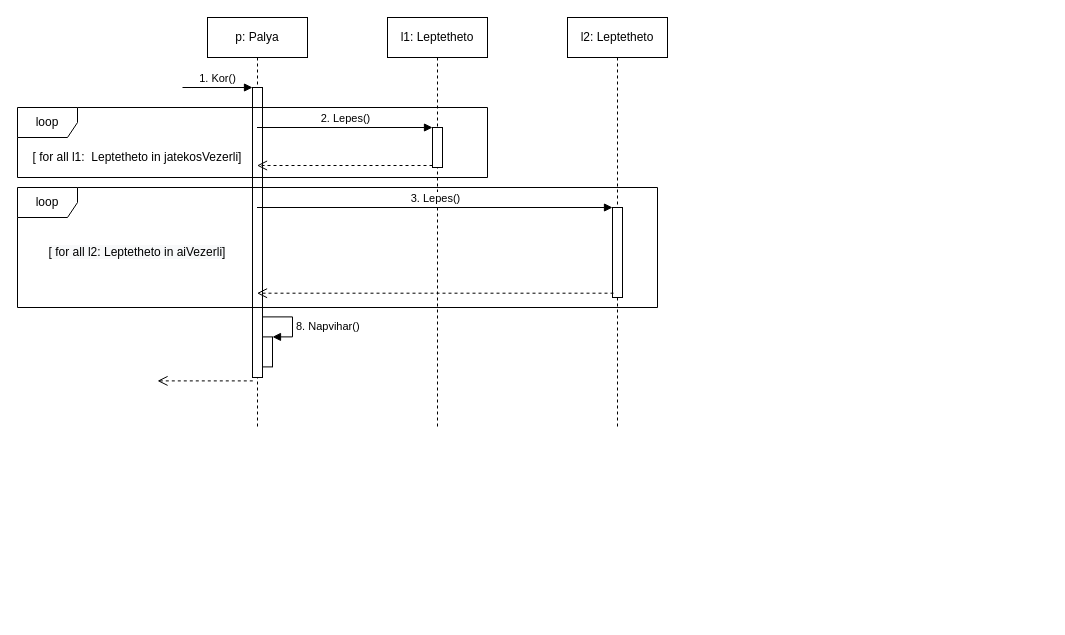
Before: doc/uml/kor.drawio in torpeBoiGo/aszteroidabanyaszat, a draw.io diagram. Source tidied: cells renumbered, new cells numbered last; positions are measured from the earlier drawing's top-left corner, leaving out a move shared by most shapes. Both pictures are drawn from the tidied source at 100%, with x=0, y=0 at pixel (17, 17).
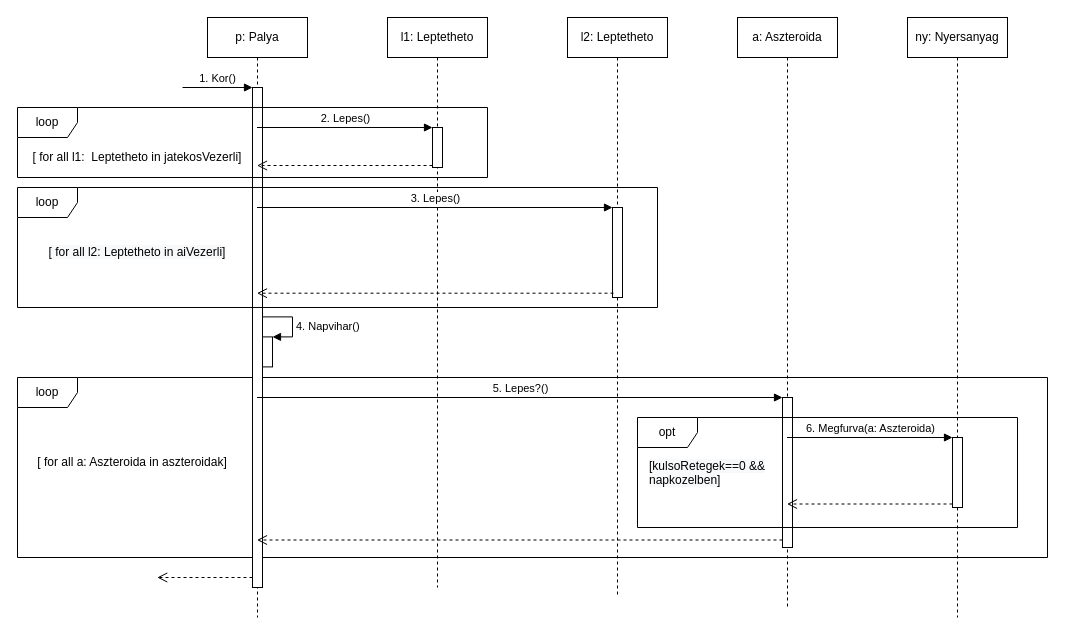
The same diagram, later.

Commit message:
Update kor.drawio: megfurva megivasa ha kell

The change refers to these unchanged cells:
```xml
<mxCell id="6" style="html=1;points=[];perimeter=orthogonalPerimeter;" parent="2" vertex="1">
  <mxGeometry x="55" y="319.4" width="10" height="30" as="geometry" />
</mxCell>
```

What changed in the source:
```diff
@@
+    <mxCell id="20" value="loop" style="shape=umlFrame;whiteSpace=wrap;html=1;" parent="1" vertex="1">
+      <mxGeometry y="360" width="1030" height="180" as="geometry" />
+    </mxCell>
     <mxCell id="2" value="p: Palya" style="shape=umlLifeline;perimeter=lifelinePerimeter;whiteSpace=wrap;html=1;outlineConnect=0;" parent="1" vertex="1">
-      <mxGeometry x="190" width="100" height="410" as="geometry" />
+      <mxGeometry x="190" width="100" height="600" as="geometry" />
     </mxCell>
     <mxCell id="3" style="html=1;points=[];perimeter=orthogonalPerimeter;" parent="2" vertex="1">
-      <mxGeometry x="45" y="70" width="10" height="290" as="geometry" />
+      <mxGeometry x="45" y="70" width="10" height="500" as="geometry" />
     </mxCell>
@@
     <mxCell id="5" style="html=1;verticalAlign=bottom;endArrow=open;dashed=1;endSize=8;exitX=0.033;exitY=0.989;exitDx=0;exitDy=0;exitPerimeter=0;" parent="2" edge="1">
       <mxGeometry x="-0.27" y="-94" relative="1" as="geometry">
-        <mxPoint x="45.3" y="363.4" as="sourcePoint" />
-        <mxPoint x="-50" y="363.4" as="targetPoint" />
+        <mxPoint x="45" y="560" as="sourcePoint" />
+        <mxPoint x="-50.3" y="560" as="targetPoint" />
       </mxGeometry>
     </mxCell>
@@
-    <mxCell id="7" value="8. Napvihar()" style="edgeStyle=orthogonalEdgeStyle;html=1;align=left;spacingLeft=2;endArrow=block;rounded=0;entryX=1;entryY=0;" parent="2" edge="1" target="6">
+    <mxCell id="7" value="4. Napvihar()" style="edgeStyle=orthogonalEdgeStyle;html=1;align=left;spacingLeft=2;endArrow=block;rounded=0;entryX=1;entryY=0;" parent="2" edge="1" target="6">
       <mxGeometry x="0.14" relative="1" as="geometry">
         <mxPoint x="55" y="299.4" as="sourcePoint" />
         <Array as="points">
           <mxPoint x="85" y="299.4" />
           <mxPoint x="85" y="319.4" />
         </Array>
       </mxGeometry>
     </mxCell>
     <mxCell id="8" value="l1: Leptetheto" style="shape=umlLifeline;perimeter=lifelinePerimeter;whiteSpace=wrap;html=1;" parent="1" vertex="1">
-      <mxGeometry x="370" width="100" height="410" as="geometry" />
+      <mxGeometry x="370" width="100" height="570" as="geometry" />
     </mxCell>
@@
     <mxCell id="10" value="l2: Leptetheto" style="shape=umlLifeline;perimeter=lifelinePerimeter;whiteSpace=wrap;html=1;" parent="1" vertex="1">
-      <mxGeometry x="550" width="100" height="410" as="geometry" />
+      <mxGeometry x="550" width="100" height="580" as="geometry" />
     </mxCell>
@@
+    <mxCell id="21" value="a: Aszteroida" style="shape=umlLifeline;perimeter=lifelinePerimeter;whiteSpace=wrap;html=1;outlineConnect=0;" parent="1" vertex="1">
+      <mxGeometry x="720" width="100" height="590" as="geometry" />
+    </mxCell>
+    <mxCell id="22" style="html=1;points=[];perimeter=orthogonalPerimeter;" parent="21" vertex="1">
+      <mxGeometry x="45" y="380" width="10" height="150" as="geometry" />
+    </mxCell>
+    <mxCell id="23" value="5. Lepes?()" style="html=1;verticalAlign=bottom;endArrow=block;entryX=0;entryY=0;" parent="1" edge="1" source="2" target="22">
+      <mxGeometry relative="1" as="geometry" />
+    </mxCell>
+    <mxCell id="24" style="html=1;verticalAlign=bottom;endArrow=open;dashed=1;endSize=8;exitX=0;exitY=0.95;" parent="1" edge="1" source="22" target="2">
+      <mxGeometry relative="1" as="geometry" />
+    </mxCell>
+    <mxCell id="25" value="ny: Nyersanyag" style="shape=umlLifeline;perimeter=lifelinePerimeter;whiteSpace=wrap;html=1;" parent="1" vertex="1">
+      <mxGeometry x="890" width="100" height="600" as="geometry" />
+    </mxCell>
+    <mxCell id="26" style="html=1;points=[];perimeter=orthogonalPerimeter;" parent="25" vertex="1">
+      <mxGeometry x="45" y="420" width="10" height="70" as="geometry" />
+    </mxCell>
+    <mxCell id="27" value="6. Megfurva(a: Aszteroida)" style="html=1;verticalAlign=bottom;endArrow=block;entryX=0;entryY=0;" parent="1" edge="1" source="21" target="26">
+      <mxGeometry relative="1" as="geometry" />
+    </mxCell>
+    <mxCell id="28" style="html=1;verticalAlign=bottom;endArrow=open;dashed=1;endSize=8;exitX=0;exitY=0.95;" parent="1" edge="1" source="26" target="21">
+      <mxGeometry relative="1" as="geometry" />
+    </mxCell>
+    <mxCell id="29" value="opt" style="shape=umlFrame;whiteSpace=wrap;html=1;" parent="1" vertex="1">
+      <mxGeometry x="620" y="400" width="380" height="110" as="geometry" />
+    </mxCell>
+    <mxCell id="30" value="&lt;span style=&quot;color: rgb(0, 0, 0); font-family: helvetica; font-size: 12px; font-style: normal; font-weight: 400; letter-spacing: normal; text-align: center; text-indent: 0px; text-transform: none; word-spacing: 0px; background-color: rgb(248, 249, 250); display: inline; float: none;&quot;&gt;[kulsoRetegek==0 &amp;amp;&amp;amp; napkozelben]&lt;/span&gt;" style="text;whiteSpace=wrap;html=1;" parent="1" vertex="1">
+      <mxGeometry x="630" y="435" width="160" height="30" as="geometry" />
+    </mxCell>
+    <mxCell id="31" value="[ for all a: Aszteroida in aszteroidak]" style="text;html=1;strokeColor=none;fillColor=none;align=center;verticalAlign=middle;whiteSpace=wrap;rounded=0;" parent="1" vertex="1">
+      <mxGeometry x="10" y="435" width="210" height="20" as="geometry" />
+    </mxCell>
```
